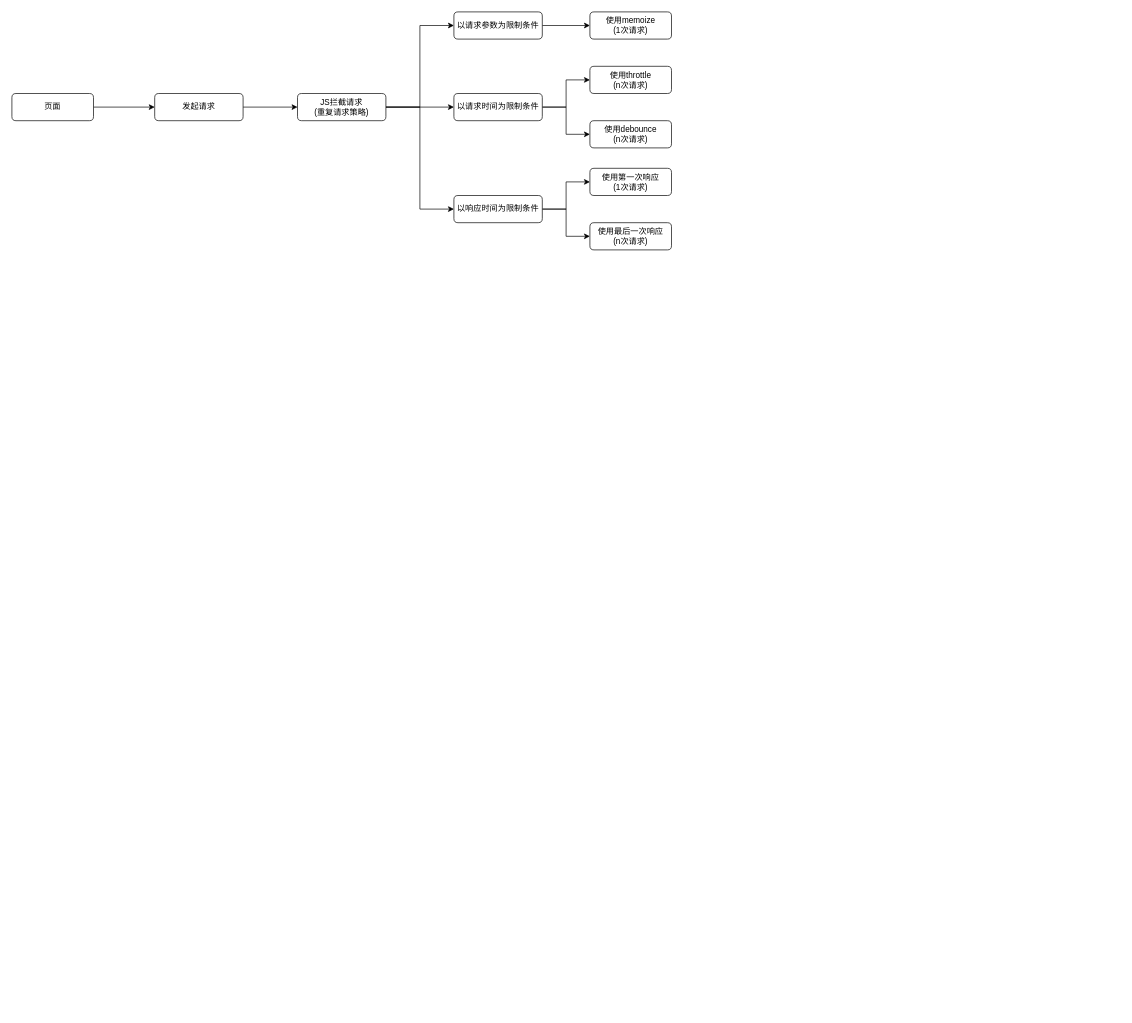
Above: Untitled Diagram.drawio in stephenliu1944/diagrams (draw.io), before the change. Source tidied: cells renumbered, new cells numbered last; positions are measured from the earlier drawing's top-left corner, leaving out a move shared by most shapes. Both pictures are drawn from the tidied source at 68%, with x=0, y=0 at pixel (12, 12).
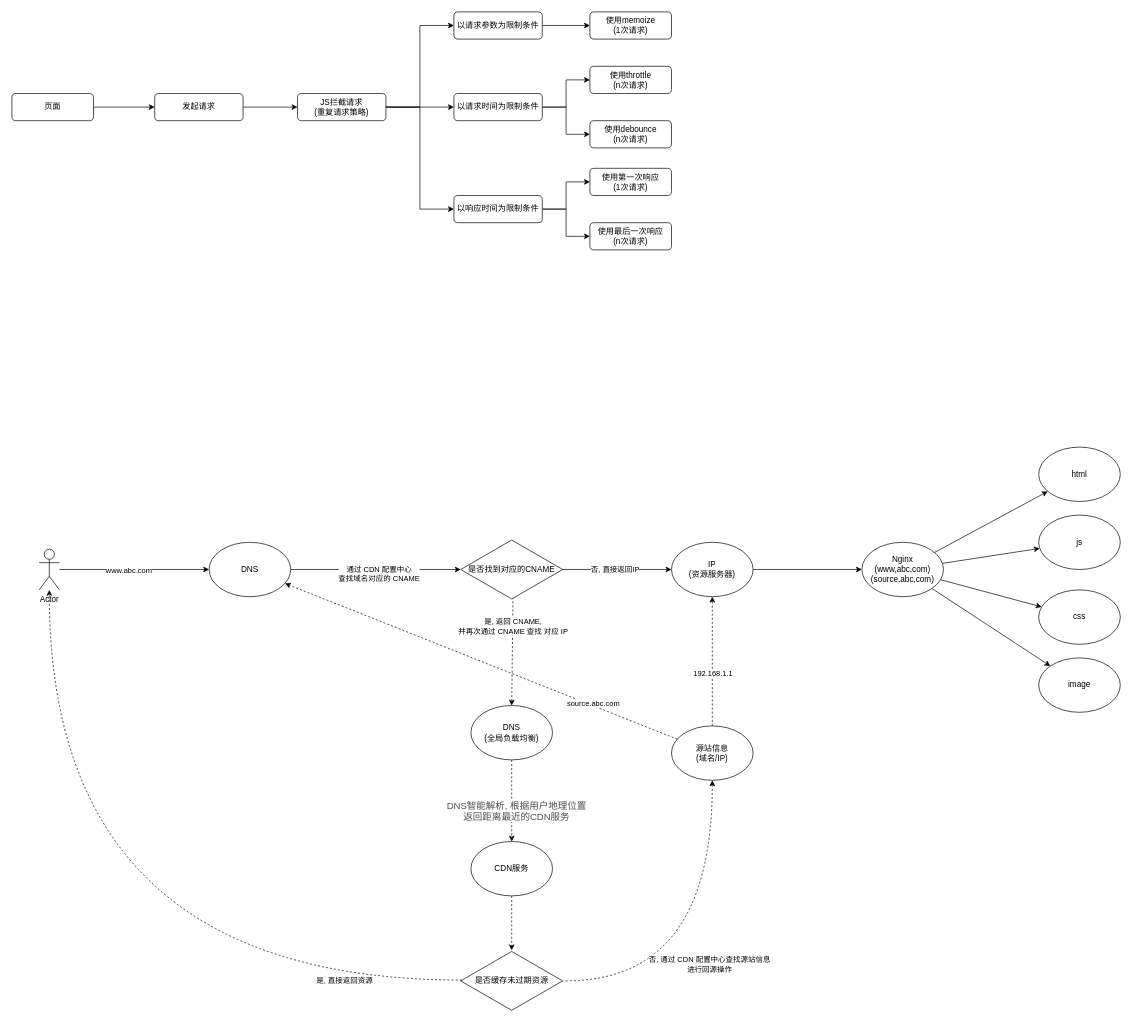
The same page after the edit.

Diff of the diagram source:
```diff
@@
+    <mxCell id="23" style="edgeStyle=none;rounded=0;jettySize=auto;html=1;" parent="1" edge="1" source="24" target="37">
+      <mxGeometry relative="1" as="geometry" />
+    </mxCell>
+    <mxCell id="24" value="IP&lt;br&gt;(资源服务器)" style="ellipse;whiteSpace=wrap;html=1;" parent="1" vertex="1">
+      <mxGeometry x="970" y="780" width="120" height="80" as="geometry" />
+    </mxCell>
+    <mxCell id="25" style="edgeStyle=none;rounded=0;jettySize=auto;html=1;dashed=1;" parent="1" edge="1" source="54" target="50">
+      <mxGeometry relative="1" as="geometry" />
+    </mxCell>
+    <mxCell id="26" value="&lt;span style=&quot;color: rgb(76 , 76 , 76) ; font-size: 14px ; text-align: left ; text-indent: 28px&quot;&gt;DNS智能解析, 根据用户地理位置&lt;br&gt;返回距离最近的CDN服务&lt;/span&gt;" style="edgeLabel;html=1;align=center;verticalAlign=middle;" parent="25" vertex="1">
+      <mxGeometry x="-0.35" relative="1" as="geometry">
+        <mxPoint x="6" y="35" as="offset" />
+      </mxGeometry>
+    </mxCell>
+    <mxCell id="27" style="rounded=0;jettySize=auto;html=1;exitX=1;exitY=0.5;exitDx=0;exitDy=0;" parent="1" edge="1" source="29" target="59">
+      <mxGeometry relative="1" as="geometry" />
+    </mxCell>
+    <mxCell id="28" value="通过 CDN 配置中心&lt;br&gt;查找域名对应的 CNAME" style="edgeLabel;html=1;align=center;verticalAlign=middle;" parent="27" vertex="1">
+      <mxGeometry x="-0.32" y="1" relative="1" as="geometry">
+        <mxPoint x="44" y="7" as="offset" />
+      </mxGeometry>
+    </mxCell>
+    <mxCell id="29" value="DNS" style="ellipse;whiteSpace=wrap;html=1;" parent="1" vertex="1">
+      <mxGeometry x="290" y="780" width="120" height="80" as="geometry" />
+    </mxCell>
+    <mxCell id="30" style="edgeStyle=none;rounded=0;jettySize=auto;html=1;" parent="1" edge="1" source="32" target="29">
+      <mxGeometry relative="1" as="geometry" />
+    </mxCell>
+    <mxCell id="31" value="www.abc.com" style="edgeLabel;html=1;align=center;verticalAlign=middle;" parent="30" vertex="1">
+      <mxGeometry x="-0.08" y="-3" relative="1" as="geometry">
+        <mxPoint y="-3" as="offset" />
+      </mxGeometry>
+    </mxCell>
+    <mxCell id="32" value="Actor" style="shape=umlActor;verticalLabelPosition=bottom;verticalAlign=top;html=1;outlineConnect=0;" parent="1" vertex="1">
+      <mxGeometry x="40" y="790" width="30" height="60" as="geometry" />
+    </mxCell>
+    <mxCell id="33" style="edgeStyle=none;rounded=0;jettySize=auto;html=1;" parent="1" edge="1" source="37" target="38">
+      <mxGeometry relative="1" as="geometry" />
+    </mxCell>
+    <mxCell id="34" style="edgeStyle=none;rounded=0;jettySize=auto;html=1;" parent="1" edge="1" source="37" target="39">
+      <mxGeometry relative="1" as="geometry" />
+    </mxCell>
+    <mxCell id="35" style="edgeStyle=none;rounded=0;jettySize=auto;html=1;" parent="1" edge="1" source="37" target="40">
+      <mxGeometry relative="1" as="geometry" />
+    </mxCell>
+    <mxCell id="36" style="edgeStyle=none;rounded=0;jettySize=auto;html=1;" parent="1" edge="1" source="37" target="41">
+      <mxGeometry relative="1" as="geometry" />
+    </mxCell>
+    <mxCell id="37" value="Nginx&lt;br&gt;(www,abc,com)&lt;br&gt;(source.abc,com)" style="ellipse;whiteSpace=wrap;html=1;" parent="1" vertex="1">
+      <mxGeometry x="1250" y="780" width="120" height="80" as="geometry" />
+    </mxCell>
+    <mxCell id="38" value="html" style="ellipse;whiteSpace=wrap;html=1;" parent="1" vertex="1">
+      <mxGeometry x="1510" y="640" width="120" height="80" as="geometry" />
+    </mxCell>
+    <mxCell id="39" value="js" style="ellipse;whiteSpace=wrap;html=1;" parent="1" vertex="1">
+      <mxGeometry x="1510" y="740" width="120" height="80" as="geometry" />
+    </mxCell>
+    <mxCell id="40" value="css" style="ellipse;whiteSpace=wrap;html=1;" parent="1" vertex="1">
+      <mxGeometry x="1510" y="850" width="120" height="80" as="geometry" />
+    </mxCell>
+    <mxCell id="41" value="image" style="ellipse;whiteSpace=wrap;html=1;" parent="1" vertex="1">
+      <mxGeometry x="1510" y="950" width="120" height="80" as="geometry" />
+    </mxCell>
+    <mxCell id="42" style="edgeStyle=orthogonalEdgeStyle;rounded=0;jettySize=auto;html=1;dashed=1;exitX=1.028;exitY=0.5;exitDx=0;exitDy=0;exitPerimeter=0;curved=1;" parent="1" edge="1" source="53" target="48">
+      <mxGeometry relative="1" as="geometry" />
+    </mxCell>
+    <mxCell id="43" value="否, 通过 CDN 配置中心查找源站信息&lt;br&gt;进行回源操作" style="edgeLabel;html=1;align=center;verticalAlign=middle;" parent="42" vertex="1">
+      <mxGeometry x="-0.24" y="-1" relative="1" as="geometry">
+        <mxPoint x="17" y="-26" as="offset" />
+      </mxGeometry>
+    </mxCell>
+    <mxCell id="44" style="edgeStyle=none;rounded=0;jettySize=auto;html=1;dashed=1;" parent="1" edge="1" source="48" target="24">
+      <mxGeometry relative="1" as="geometry" />
+    </mxCell>
+    <mxCell id="45" value="192.168.1.1" style="edgeLabel;html=1;align=center;verticalAlign=middle;" parent="44" vertex="1">
+      <mxGeometry x="0.32" y="-1" relative="1" as="geometry">
+        <mxPoint x="-1" y="47" as="offset" />
+      </mxGeometry>
+    </mxCell>
+    <mxCell id="46" style="rounded=0;jettySize=auto;html=1;dashed=1;" parent="1" edge="1" source="48" target="29">
+      <mxGeometry relative="1" as="geometry" />
+    </mxCell>
+    <mxCell id="47" value="source.abc.com" style="edgeLabel;html=1;align=center;verticalAlign=middle;" parent="46" vertex="1">
+      <mxGeometry x="-0.06" y="-3" relative="1" as="geometry">
+        <mxPoint x="146" y="58" as="offset" />
+      </mxGeometry>
+    </mxCell>
+    <mxCell id="48" value="源站信息&lt;br&gt;(域名/IP)" style="ellipse;whiteSpace=wrap;html=1;align=center;" parent="1" vertex="1">
+      <mxGeometry x="970" y="1050" width="120" height="80" as="geometry" />
+    </mxCell>
+    <mxCell id="49" style="edgeStyle=none;rounded=0;jettySize=auto;html=1;dashed=1;" parent="1" edge="1" source="50" target="53">
+      <mxGeometry relative="1" as="geometry" />
+    </mxCell>
+    <mxCell id="50" value="CDN服务" style="ellipse;whiteSpace=wrap;html=1;" parent="1" vertex="1">
+      <mxGeometry x="675" y="1220" width="120" height="80" as="geometry" />
+    </mxCell>
+    <mxCell id="51" style="rounded=0;jettySize=auto;html=1;dashed=1;exitX=0.012;exitY=0.486;exitDx=0;exitDy=0;exitPerimeter=0;edgeStyle=orthogonalEdgeStyle;curved=1;" parent="1" edge="1" source="53" target="32">
+      <mxGeometry relative="1" as="geometry" />
+    </mxCell>
+    <mxCell id="52" value="是, 直接返回资源" style="edgeLabel;html=1;align=center;verticalAlign=middle;" parent="51" vertex="1">
+      <mxGeometry x="-0.21" y="3" relative="1" as="geometry">
+        <mxPoint x="293" y="-2" as="offset" />
+      </mxGeometry>
+    </mxCell>
+    <mxCell id="53" value="是否缓存未过期资源&lt;br&gt;" style="html=1;whiteSpace=wrap;shape=isoRectangle;" parent="1" vertex="1">
+      <mxGeometry x="660" y="1380" width="150" height="90" as="geometry" />
+    </mxCell>
+    <mxCell id="54" value="DNS&lt;br&gt;(全局负载均衡)" style="ellipse;whiteSpace=wrap;html=1;" parent="1" vertex="1">
+      <mxGeometry x="675" y="1020" width="120" height="80" as="geometry" />
+    </mxCell>
+    <mxCell id="55" style="edgeStyle=none;rounded=0;jettySize=auto;html=1;entryX=0.5;entryY=0;entryDx=0;entryDy=0;dashed=1;exitX=0.513;exitY=0.952;exitDx=0;exitDy=0;exitPerimeter=0;" parent="1" edge="1" source="59" target="54">
+      <mxGeometry relative="1" as="geometry" />
+    </mxCell>
+    <mxCell id="56" value="是, 返回 CNAME,&lt;br&gt;并再次通过 CNAME 查找 对应 IP" style="edgeLabel;html=1;align=center;verticalAlign=middle;" parent="55" vertex="1">
+      <mxGeometry x="-0.69" relative="1" as="geometry">
+        <mxPoint y="18" as="offset" />
+      </mxGeometry>
+    </mxCell>
+    <mxCell id="57" style="edgeStyle=none;rounded=0;jettySize=auto;html=1;" parent="1" edge="1" source="59" target="24">
+      <mxGeometry relative="1" as="geometry" />
+    </mxCell>
+    <mxCell id="58" value="否, 直接返回IP" style="edgeLabel;html=1;align=center;verticalAlign=middle;" parent="57" vertex="1">
+      <mxGeometry x="-0.34" y="1" relative="1" as="geometry">
+        <mxPoint x="23" as="offset" />
+      </mxGeometry>
+    </mxCell>
+    <mxCell id="59" value="是否找到对应的CNAME" style="html=1;whiteSpace=wrap;shape=isoRectangle;" parent="1" vertex="1">
+      <mxGeometry x="660" y="775" width="150" height="90" as="geometry" />
+    </mxCell>
```
